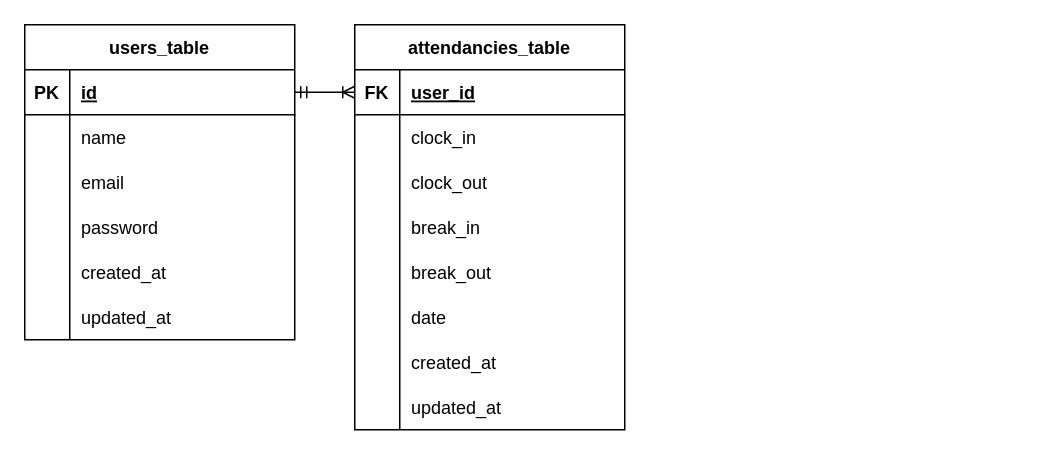
Above: .drawio in teestojko/attend (draw.io), before the change. Source tidied: cells renumbered, new cells numbered last; positions are measured from the earlier drawing's top-left corner, leaving out a move shared by most shapes. Both pictures are drawn from the tidied source at 150%, with x=0, y=0 at pixel (24, 24).
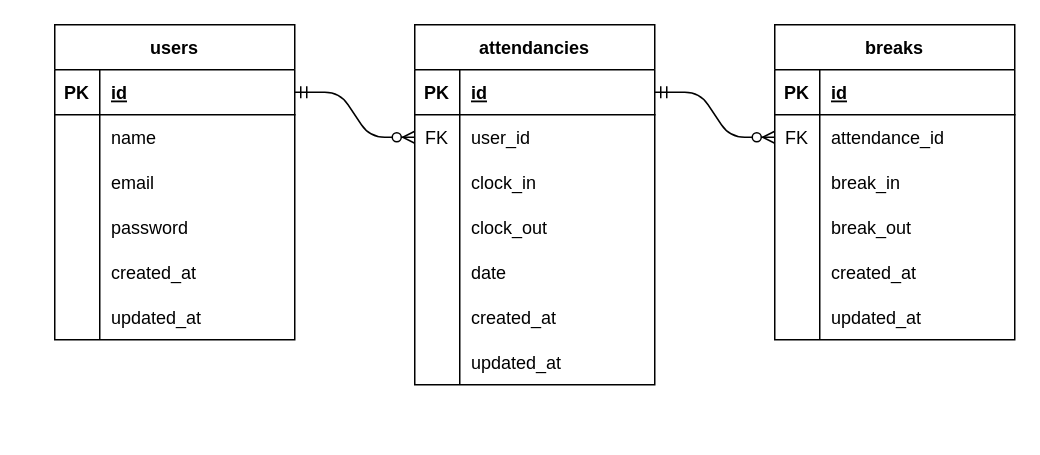
The same page after the edit.

Commit message:
”テーブル図作成”

What changed in the source:
```diff
@@
-    <mxCell id="2" value="users_table" style="shape=table;startSize=30;childLayout=tableLayout;rowLines=0;fontStyle=1;align=center;" parent="1" vertex="1">
-      <mxGeometry width="180" height="210" as="geometry" />
+    <mxCell id="2" value="users" style="shape=table;startSize=30;childLayout=tableLayout;rowLines=0;fontStyle=1;align=center;" parent="1" vertex="1">
+      <mxGeometry x="20" width="160" height="210" as="geometry" />
     </mxCell>
     <mxCell id="3" style="shape=tableRow;horizontal=0;startSize=0;swimlaneHead=0;swimlaneBody=0;fillColor=none;points=[[0,0.5],[1,0.5]];portConstraint=eastwest;top=0;left=0;right=0;bottom=1;" parent="2" vertex="1">
-      <mxGeometry y="30" width="180" height="30" as="geometry" />
+      <mxGeometry y="30" width="160" height="30" as="geometry" />
     </mxCell>
@@
     <mxCell id="5" value="id" style="shape=partialRectangle;fillColor=none;top=0;left=0;bottom=0;right=0;align=left;spacingLeft=6;fontStyle=5;overflow=hidden;" parent="3" vertex="1">
-      <mxGeometry x="30" width="150" height="30" as="geometry" />
+      <mxGeometry x="30" width="130" height="30" as="geometry" />
     </mxCell>
     <mxCell id="6" style="shape=tableRow;horizontal=0;startSize=0;swimlaneHead=0;swimlaneBody=0;fillColor=none;top=0;left=0;right=0;bottom=0;" parent="2" vertex="1">
-      <mxGeometry y="60" width="180" height="30" as="geometry" />
+      <mxGeometry y="60" width="160" height="30" as="geometry" />
     </mxCell>
@@
     <mxCell id="8" value="name" style="shape=partialRectangle;fillColor=none;top=0;left=0;bottom=0;right=0;align=left;spacingLeft=6;overflow=hidden;" parent="6" vertex="1">
-      <mxGeometry x="30" width="150" height="30" as="geometry" />
+      <mxGeometry x="30" width="130" height="30" as="geometry" />
     </mxCell>
     <mxCell id="9" style="shape=tableRow;horizontal=0;startSize=0;swimlaneHead=0;swimlaneBody=0;fillColor=none;top=0;left=0;right=0;bottom=0;" parent="2" vertex="1">
-      <mxGeometry y="90" width="180" height="30" as="geometry" />
+      <mxGeometry y="90" width="160" height="30" as="geometry" />
     </mxCell>
@@
     <mxCell id="11" value="email" style="shape=partialRectangle;fillColor=none;top=0;left=0;bottom=0;right=0;align=left;spacingLeft=6;overflow=hidden;" parent="9" vertex="1">
-      <mxGeometry x="30" width="150" height="30" as="geometry" />
+      <mxGeometry x="30" width="130" height="30" as="geometry" />
     </mxCell>
     <mxCell id="12" style="shape=tableRow;horizontal=0;startSize=0;swimlaneHead=0;swimlaneBody=0;fillColor=none;top=0;left=0;right=0;bottom=0;" parent="2" vertex="1">
-      <mxGeometry y="120" width="180" height="30" as="geometry" />
+      <mxGeometry y="120" width="160" height="30" as="geometry" />
     </mxCell>
@@
     <mxCell id="14" value="password" style="shape=partialRectangle;fillColor=none;top=0;left=0;bottom=0;right=0;align=left;spacingLeft=6;overflow=hidden;" parent="12" vertex="1">
-      <mxGeometry x="30" width="150" height="30" as="geometry" />
+      <mxGeometry x="30" width="130" height="30" as="geometry" />
     </mxCell>
     <mxCell id="15" style="shape=tableRow;horizontal=0;startSize=0;swimlaneHead=0;swimlaneBody=0;fillColor=none;top=0;left=0;right=0;bottom=0;" parent="2" vertex="1">
-      <mxGeometry y="150" width="180" height="30" as="geometry" />
+      <mxGeometry y="150" width="160" height="30" as="geometry" />
     </mxCell>
@@
     <mxCell id="17" value="created_at" style="shape=partialRectangle;fillColor=none;top=0;left=0;bottom=0;right=0;align=left;spacingLeft=6;overflow=hidden;" parent="15" vertex="1">
-      <mxGeometry x="30" width="150" height="30" as="geometry" />
+      <mxGeometry x="30" width="130" height="30" as="geometry" />
     </mxCell>
     <mxCell id="18" style="shape=tableRow;horizontal=0;startSize=0;swimlaneHead=0;swimlaneBody=0;fillColor=none;top=0;left=0;right=0;bottom=0;" parent="2" vertex="1">
-      <mxGeometry y="180" width="180" height="30" as="geometry" />
+      <mxGeometry y="180" width="160" height="30" as="geometry" />
     </mxCell>
@@
     <mxCell id="20" value="updated_at" style="shape=partialRectangle;fillColor=none;top=0;left=0;bottom=0;right=0;align=left;spacingLeft=6;overflow=hidden;" parent="18" vertex="1">
-      <mxGeometry x="30" width="150" height="30" as="geometry" />
+      <mxGeometry x="30" width="130" height="30" as="geometry" />
     </mxCell>
-    <mxCell id="21" value="attendancies_table" style="shape=table;startSize=30;childLayout=tableLayout;rowLines=0;fontStyle=1;align=center;" parent="1" vertex="1">
-      <mxGeometry x="220" width="180" height="270" as="geometry" />
+    <mxCell id="21" value="attendancies" style="shape=table;startSize=30;childLayout=tableLayout;rowLines=0;fontStyle=1;align=center;" parent="1" vertex="1">
+      <mxGeometry x="260" width="160" height="240" as="geometry" />
     </mxCell>
     <mxCell id="22" style="shape=tableRow;horizontal=0;startSize=0;swimlaneHead=0;swimlaneBody=0;fillColor=none;points=[[0,0.5],[1,0.5]];portConstraint=eastwest;top=0;left=0;right=0;bottom=1;" parent="21" vertex="1">
-      <mxGeometry y="30" width="180" height="30" as="geometry" />
+      <mxGeometry y="30" width="160" height="30" as="geometry" />
     </mxCell>
-    <mxCell id="23" value="FK" style="shape=partialRectangle;fillColor=none;top=0;left=0;bottom=0;right=0;fontStyle=1;overflow=hidden;" parent="22" vertex="1">
+    <mxCell id="23" value="PK" style="shape=partialRectangle;fillColor=none;top=0;left=0;bottom=0;right=0;fontStyle=1;overflow=hidden;" parent="22" vertex="1">
       <mxGeometry width="30" height="30" as="geometry" />
     </mxCell>
-    <mxCell id="24" value="user_id" style="shape=partialRectangle;fillColor=none;top=0;left=0;bottom=0;right=0;align=left;spacingLeft=6;fontStyle=5;overflow=hidden;" parent="22" vertex="1">
-      <mxGeometry x="30" width="150" height="30" as="geometry" />
+    <mxCell id="24" value="id" style="shape=partialRectangle;fillColor=none;top=0;left=0;bottom=0;right=0;align=left;spacingLeft=6;fontStyle=5;overflow=hidden;" parent="22" vertex="1">
+      <mxGeometry x="30" width="130" height="30" as="geometry" />
     </mxCell>
     <mxCell id="25" style="shape=tableRow;horizontal=0;startSize=0;swimlaneHead=0;swimlaneBody=0;fillColor=none;points=[[0,0.5],[1,0.5]];portConstraint=eastwest;top=0;left=0;right=0;bottom=0;" parent="21" vertex="1">
-      <mxGeometry y="60" width="180" height="30" as="geometry" />
+      <mxGeometry y="60" width="160" height="30" as="geometry" />
     </mxCell>
-    <mxCell id="26" style="shape=partialRectangle;fillColor=none;top=0;left=0;bottom=0;right=0;overflow=hidden;" parent="25" vertex="1">
+    <mxCell id="26" value="FK" style="shape=partialRectangle;fillColor=none;top=0;left=0;bottom=0;right=0;overflow=hidden;" parent="25" vertex="1">
       <mxGeometry width="30" height="30" as="geometry" />
     </mxCell>
-    <mxCell id="27" value="clock_in" style="shape=partialRectangle;fillColor=none;top=0;left=0;bottom=0;right=0;align=left;spacingLeft=6;overflow=hidden;" parent="25" vertex="1">
-      <mxGeometry x="30" width="150" height="30" as="geometry" />
+    <mxCell id="27" value="user_id" style="shape=partialRectangle;fillColor=none;top=0;left=0;bottom=0;right=0;align=left;spacingLeft=6;overflow=hidden;" parent="25" vertex="1">
+      <mxGeometry x="30" width="130" height="30" as="geometry" />
     </mxCell>
     <mxCell id="28" style="shape=tableRow;horizontal=0;startSize=0;swimlaneHead=0;swimlaneBody=0;fillColor=none;top=0;left=0;right=0;bottom=0;" parent="21" vertex="1">
-      <mxGeometry y="90" width="180" height="30" as="geometry" />
+      <mxGeometry y="90" width="160" height="30" as="geometry" />
     </mxCell>
@@
-    <mxCell id="30" value="clock_out" style="shape=partialRectangle;fillColor=none;top=0;left=0;bottom=0;right=0;align=left;spacingLeft=6;overflow=hidden;" parent="28" vertex="1">
-      <mxGeometry x="30" width="150" height="30" as="geometry" />
+    <mxCell id="30" value="clock_in" style="shape=partialRectangle;fillColor=none;top=0;left=0;bottom=0;right=0;align=left;spacingLeft=6;overflow=hidden;" parent="28" vertex="1">
+      <mxGeometry x="30" width="130" height="30" as="geometry" />
     </mxCell>
-    <mxCell id="31" style="shape=tableRow;horizontal=0;startSize=0;swimlaneHead=0;swimlaneBody=0;fillColor=none;top=0;left=0;right=0;bottom=0;" parent="21" vertex="1">
-      <mxGeometry y="120" width="180" height="30" as="geometry" />
-    </mxCell>
-    <mxCell id="32" style="shape=partialRectangle;fillColor=none;top=0;left=0;bottom=0;right=0;overflow=hidden;" parent="31" vertex="1">
-      <mxGeometry width="30" height="30" as="geometry" />
-    </mxCell>
-    <mxCell id="33" value="break_in" style="shape=partialRectangle;fillColor=none;top=0;left=0;bottom=0;right=0;align=left;spacingLeft=6;overflow=hidden;" parent="31" vertex="1">
-      <mxGeometry x="30" width="150" height="30" as="geometry" />
-    </mxCell>
-    <mxCell id="34" style="shape=tableRow;horizontal=0;startSize=0;swimlaneHead=0;swimlaneBody=0;fillColor=none;top=0;left=0;right=0;bottom=0;" parent="21" vertex="1">
-      <mxGeometry y="150" width="180" height="30" as="geometry" />
-    </mxCell>
-    <mxCell id="35" style="shape=partialRectangle;fillColor=none;top=0;left=0;bottom=0;right=0;overflow=hidden;" parent="34" vertex="1">
-      <mxGeometry width="30" height="30" as="geometry" />
-    </mxCell>
-    <mxCell id="36" value="break_out" style="shape=partialRectangle;fillColor=none;top=0;left=0;bottom=0;right=0;align=left;spacingLeft=6;overflow=hidden;shadow=1;" parent="34" vertex="1">
-      <mxGeometry x="30" width="150" height="30" as="geometry" />
-    </mxCell>
     <mxCell id="37" style="shape=tableRow;horizontal=0;startSize=0;swimlaneHead=0;swimlaneBody=0;fillColor=none;top=0;left=0;right=0;bottom=0;" parent="21" vertex="1">
-      <mxGeometry y="180" width="180" height="30" as="geometry" />
+      <mxGeometry y="120" width="160" height="30" as="geometry" />
     </mxCell>
@@
-    <mxCell id="39" value="date" style="shape=partialRectangle;fillColor=none;top=0;left=0;bottom=0;right=0;align=left;spacingLeft=6;overflow=hidden;shadow=1;" parent="37" vertex="1">
-      <mxGeometry x="30" width="150" height="30" as="geometry" />
+    <mxCell id="39" value="clock_out" style="shape=partialRectangle;fillColor=none;top=0;left=0;bottom=0;right=0;align=left;spacingLeft=6;overflow=hidden;shadow=1;" parent="37" vertex="1">
+      <mxGeometry x="30" width="130" height="30" as="geometry" />
     </mxCell>
     <mxCell id="40" style="shape=tableRow;horizontal=0;startSize=0;swimlaneHead=0;swimlaneBody=0;fillColor=none;top=0;left=0;right=0;bottom=0;" parent="21" vertex="1">
-      <mxGeometry y="210" width="180" height="30" as="geometry" />
+      <mxGeometry y="150" width="160" height="30" as="geometry" />
     </mxCell>
@@
-    <mxCell id="42" value="created_at" style="shape=partialRectangle;fillColor=none;top=0;left=0;bottom=0;right=0;align=left;spacingLeft=6;overflow=hidden;shadow=1;" parent="40" vertex="1">
-      <mxGeometry x="30" width="150" height="30" as="geometry" />
+    <mxCell id="42" value="date" style="shape=partialRectangle;fillColor=none;top=0;left=0;bottom=0;right=0;align=left;spacingLeft=6;overflow=hidden;shadow=1;" parent="40" vertex="1">
+      <mxGeometry x="30" width="130" height="30" as="geometry" />
     </mxCell>
-    <mxCell id="43" style="shape=tableRow;horizontal=0;startSize=0;swimlaneHead=0;swimlaneBody=0;fillColor=none;top=0;left=0;right=0;bottom=0;" parent="21" vertex="1">
-      <mxGeometry y="240" width="180" height="30" as="geometry" />
-    </mxCell>
-    <mxCell id="44" style="shape=partialRectangle;fillColor=none;top=0;left=0;bottom=0;right=0;overflow=hidden;" parent="43" vertex="1">
-      <mxGeometry width="30" height="30" as="geometry" />
-    </mxCell>
+    <mxCell id="47" style="shape=tableRow;horizontal=0;startSize=0;swimlaneHead=0;swimlaneBody=0;fillColor=none;top=0;left=0;right=0;bottom=0;" parent="21" vertex="1">
+      <mxGeometry y="180" width="160" height="30" as="geometry" />
+    </mxCell>
+    <mxCell id="48" style="shape=partialRectangle;fillColor=none;top=0;left=0;bottom=0;right=0;overflow=hidden;" parent="47" vertex="1">
+      <mxGeometry width="30" height="30" as="geometry" />
+    </mxCell>
+    <mxCell id="49" value="created_at" style="shape=partialRectangle;fillColor=none;top=0;left=0;bottom=0;right=0;align=left;spacingLeft=6;overflow=hidden;shadow=1;" parent="47" vertex="1">
+      <mxGeometry x="30" width="130" height="30" as="geometry" />
+    </mxCell>
+    <mxCell id="50" style="shape=tableRow;horizontal=0;startSize=0;swimlaneHead=0;swimlaneBody=0;fillColor=none;top=0;left=0;right=0;bottom=0;" parent="21" vertex="1">
+      <mxGeometry y="210" width="160" height="30" as="geometry" />
+    </mxCell>
+    <mxCell id="51" style="shape=partialRectangle;fillColor=none;top=0;left=0;bottom=0;right=0;overflow=hidden;" parent="50" vertex="1">
+      <mxGeometry width="30" height="30" as="geometry" />
+    </mxCell>
-    <mxCell id="45" value="updated_at" style="shape=partialRectangle;fillColor=none;top=0;left=0;bottom=0;right=0;align=left;spacingLeft=6;overflow=hidden;shadow=1;" parent="43" vertex="1">
-      <mxGeometry x="30" width="150" height="30" as="geometry" />
+    <mxCell id="45" value="updated_at" style="shape=partialRectangle;fillColor=none;top=0;left=0;bottom=0;right=0;align=left;spacingLeft=6;overflow=hidden;shadow=1;" parent="50" vertex="1">
+      <mxGeometry x="30" width="130" height="30" as="geometry" />
     </mxCell>
-    <mxCell id="46" style="edgeStyle=entityRelationEdgeStyle;fontSize=12;html=1;endArrow=ERoneToMany;startArrow=ERmandOne;exitX=1;exitY=0.5;exitDx=0;exitDy=0;" parent="1" edge="1" source="3">
-      <mxGeometry relative="1" as="geometry">
-        <mxPoint x="220" y="45" as="targetPoint" />
-      </mxGeometry>
-    </mxCell>
+    <mxCell id="52" style="edgeStyle=entityRelationEdgeStyle;fontSize=12;html=1;endArrow=ERzeroToMany;startArrow=ERmandOne;exitX=1;exitY=0.5;exitDx=0;exitDy=0;entryX=0;entryY=0.5;entryDx=0;entryDy=0;" parent="1" edge="1" source="3" target="25">
+      <mxGeometry relative="1" as="geometry" />
+    </mxCell>
+    <mxCell id="53" value="breaks" style="shape=table;startSize=30;childLayout=tableLayout;rowLines=0;fontStyle=1;align=center;" parent="1" vertex="1">
+      <mxGeometry x="500" width="160" height="210" as="geometry" />
+    </mxCell>
+    <mxCell id="54" style="shape=tableRow;horizontal=0;startSize=0;swimlaneHead=0;swimlaneBody=0;fillColor=none;top=0;left=0;right=0;bottom=1;" parent="53" vertex="1">
+      <mxGeometry y="30" width="160" height="30" as="geometry" />
+    </mxCell>
+    <mxCell id="55" value="PK" style="shape=partialRectangle;fillColor=none;top=0;left=0;bottom=0;right=0;fontStyle=1;overflow=hidden;" parent="54" vertex="1">
+      <mxGeometry width="30" height="30" as="geometry" />
+    </mxCell>
+    <mxCell id="56" value="id" style="shape=partialRectangle;fillColor=none;top=0;left=0;bottom=0;right=0;align=left;spacingLeft=6;fontStyle=5;overflow=hidden;" parent="54" vertex="1">
+      <mxGeometry x="30" width="130" height="30" as="geometry" />
+    </mxCell>
+    <mxCell id="57" style="shape=tableRow;horizontal=0;startSize=0;swimlaneHead=0;swimlaneBody=0;fillColor=none;points=[[0,0.5],[1,0.5]];portConstraint=eastwest;top=0;left=0;right=0;bottom=0;" parent="53" vertex="1">
+      <mxGeometry y="60" width="160" height="30" as="geometry" />
+    </mxCell>
+    <mxCell id="58" value="FK" style="shape=partialRectangle;fillColor=none;top=0;left=0;bottom=0;right=0;overflow=hidden;" parent="57" vertex="1">
+      <mxGeometry width="30" height="30" as="geometry" />
+    </mxCell>
+    <mxCell id="59" value="attendance_id" style="shape=partialRectangle;fillColor=none;top=0;left=0;bottom=0;right=0;align=left;spacingLeft=6;overflow=hidden;" parent="57" vertex="1">
+      <mxGeometry x="30" width="130" height="30" as="geometry" />
+    </mxCell>
+    <mxCell id="60" style="shape=tableRow;horizontal=0;startSize=0;swimlaneHead=0;swimlaneBody=0;fillColor=none;top=0;left=0;right=0;bottom=0;" parent="53" vertex="1">
+      <mxGeometry y="90" width="160" height="30" as="geometry" />
+    </mxCell>
+    <mxCell id="61" style="shape=partialRectangle;fillColor=none;top=0;left=0;bottom=0;right=0;overflow=hidden;" parent="60" vertex="1">
+      <mxGeometry width="30" height="30" as="geometry" />
+    </mxCell>
+    <mxCell id="33" value="break_in" style="shape=partialRectangle;fillColor=none;top=0;left=0;bottom=0;right=0;align=left;spacingLeft=6;overflow=hidden;" parent="60" vertex="1">
+      <mxGeometry x="30" width="130" height="30" as="geometry" />
+    </mxCell>
+    <mxCell id="62" style="shape=tableRow;horizontal=0;startSize=0;swimlaneHead=0;swimlaneBody=0;fillColor=none;top=0;left=0;right=0;bottom=0;" parent="53" vertex="1">
+      <mxGeometry y="120" width="160" height="30" as="geometry" />
+    </mxCell>
+    <mxCell id="63" style="shape=partialRectangle;fillColor=none;top=0;left=0;bottom=0;right=0;overflow=hidden;" parent="62" vertex="1">
+      <mxGeometry width="30" height="30" as="geometry" />
+    </mxCell>
+    <mxCell id="36" value="break_out" style="shape=partialRectangle;fillColor=none;top=0;left=0;bottom=0;right=0;align=left;spacingLeft=6;overflow=hidden;" parent="62" vertex="1">
+      <mxGeometry x="30" width="130" height="30" as="geometry" />
+    </mxCell>
+    <mxCell id="64" style="shape=tableRow;horizontal=0;startSize=0;swimlaneHead=0;swimlaneBody=0;fillColor=none;top=0;left=0;right=0;bottom=0;" parent="53" vertex="1">
+      <mxGeometry y="150" width="160" height="30" as="geometry" />
+    </mxCell>
+    <mxCell id="65" style="shape=partialRectangle;fillColor=none;top=0;left=0;bottom=0;right=0;overflow=hidden;" parent="64" vertex="1">
+      <mxGeometry width="30" height="30" as="geometry" />
+    </mxCell>
+    <mxCell id="66" value="created_at" style="shape=partialRectangle;fillColor=none;top=0;left=0;bottom=0;right=0;align=left;spacingLeft=6;overflow=hidden;" parent="64" vertex="1">
+      <mxGeometry x="30" width="130" height="30" as="geometry" />
+    </mxCell>
+    <mxCell id="67" style="shape=tableRow;horizontal=0;startSize=0;swimlaneHead=0;swimlaneBody=0;fillColor=none;top=0;left=0;right=0;bottom=0;" parent="53" vertex="1">
+      <mxGeometry y="180" width="160" height="30" as="geometry" />
+    </mxCell>
+    <mxCell id="68" style="shape=partialRectangle;fillColor=none;top=0;left=0;bottom=0;right=0;overflow=hidden;" parent="67" vertex="1">
+      <mxGeometry width="30" height="30" as="geometry" />
+    </mxCell>
+    <mxCell id="69" value="updated_at" style="shape=partialRectangle;fillColor=none;top=0;left=0;bottom=0;right=0;align=left;spacingLeft=6;overflow=hidden;" parent="67" vertex="1">
+      <mxGeometry x="30" width="130" height="30" as="geometry" />
+    </mxCell>
+    <mxCell id="70" style="edgeStyle=entityRelationEdgeStyle;fontSize=12;html=1;endArrow=ERzeroToMany;startArrow=ERmandOne;exitX=1;exitY=0.5;exitDx=0;exitDy=0;entryX=0;entryY=0.5;entryDx=0;entryDy=0;" parent="1" edge="1" source="22" target="57">
+      <mxGeometry relative="1" as="geometry" />
+    </mxCell>
```
